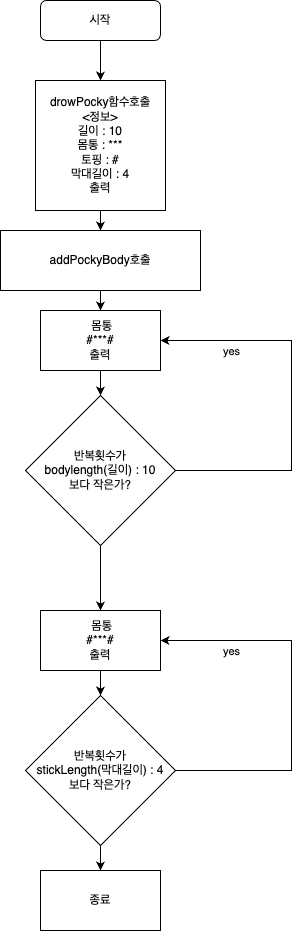
The draw.io diagram 빼뺴로순서도.png in yagom-academy/swift-starter-Round1, before a commit. Source tidied: cells renumbered, new cells last; positions are measured from the earlier drawing's top-left corner, leaving out a move shared by most shapes.
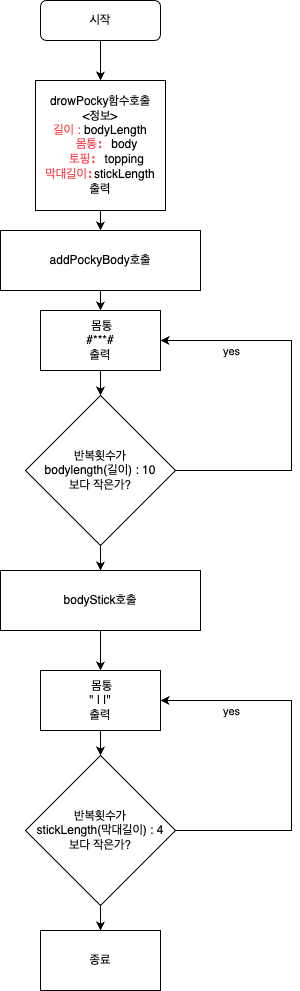
After the commit.

Commit message:
Round1[step3]-yachae

Change to the diagram source:
```diff
@@ -19,7 +19,7 @@
     <mxCell id="5" style="edgeStyle=orthogonalEdgeStyle;rounded=0;jettySize=auto;html=1;" parent="1" edge="1" source="6" target="8">
       <mxGeometry relative="1" as="geometry" />
     </mxCell>
-    <mxCell id="6" value="drowPocky함수호출&lt;br&gt;&amp;lt;정보&amp;gt;&lt;br&gt;길이 : 10&lt;br&gt;몸통 : ***&lt;br&gt;토핑 : #&lt;br&gt;막대길이 : 4&lt;br&gt;출력" style="whiteSpace=wrap;html=1;" parent="1" vertex="1">
+    <mxCell id="6" value="drowPocky함수호출&lt;br&gt;&amp;lt;정보&amp;gt;&lt;br&gt;&lt;font color=&quot;#ff3333&quot;&gt;길이 :&amp;nbsp;&lt;/font&gt;bodyLength&lt;br&gt;&lt;span class=&quot;Apple-converted-space&quot;&gt;&amp;nbsp; &amp;nbsp; &lt;/span&gt;&lt;span style=&quot;font-variant-numeric: normal; font-variant-east-asian: normal; font-variant-alternates: normal; font-kerning: auto; font-optical-sizing: auto; font-feature-settings: normal; font-variation-settings: normal; font-variant-position: normal; font-stretch: normal; line-height: normal; font-family: Menlo; color: rgb(252, 70, 81);&quot; class=&quot;s1&quot;&gt;몸통: &lt;/span&gt;body&lt;br&gt;&lt;span class=&quot;Apple-converted-space&quot;&gt;&amp;nbsp; &amp;nbsp; &lt;/span&gt;&lt;span style=&quot;font-variant-numeric: normal; font-variant-east-asian: normal; font-variant-alternates: normal; font-kerning: auto; font-optical-sizing: auto; font-feature-settings: normal; font-variation-settings: normal; font-variant-position: normal; font-stretch: normal; line-height: normal; font-family: Menlo; color: rgb(252, 70, 81);&quot; class=&quot;s1&quot;&gt;토핑:&amp;nbsp;&lt;/span&gt;topping&lt;br&gt;&lt;span style=&quot;font-variant-numeric: normal; font-variant-east-asian: normal; font-variant-alternates: normal; font-kerning: auto; font-optical-sizing: auto; font-feature-settings: normal; font-variation-settings: normal; font-variant-position: normal; font-stretch: normal; line-height: normal; font-family: Menlo; color: rgb(252, 70, 81);&quot; class=&quot;s1&quot;&gt;막대길이:&lt;/span&gt;stickLength&lt;br&gt;출력" style="whiteSpace=wrap;html=1;" parent="1" vertex="1">
       <mxGeometry x="35" y="80" width="130" height="130" as="geometry" />
     </mxCell>
     <mxCell id="7" style="edgeStyle=orthogonalEdgeStyle;rounded=0;jettySize=auto;html=1;" parent="1" edge="1" source="8" target="10">
@@ -49,7 +49,7 @@
     </mxCell>
     <mxCell id="13" style="edgeStyle=orthogonalEdgeStyle;rounded=0;jettySize=auto;html=1;exitX=0.5;exitY=1;exitDx=0;exitDy=0;" parent="1" edge="1" source="14">
       <mxGeometry relative="1" as="geometry">
-        <mxPoint x="100" y="610" as="targetPoint" />
+        <mxPoint x="100" y="570" as="targetPoint" />
         <Array as="points">
           <mxPoint x="100" y="570" />
           <mxPoint x="100" y="570" />
@@ -62,14 +62,14 @@
     <mxCell id="15" style="edgeStyle=orthogonalEdgeStyle;rounded=0;jettySize=auto;html=1;" parent="1" edge="1" source="16" target="20">
       <mxGeometry relative="1" as="geometry" />
     </mxCell>
-    <mxCell id="16" value="&amp;nbsp;몸통&lt;br&gt;#***#&lt;br&gt;출력" style="whiteSpace=wrap;html=1;" parent="1" vertex="1">
-      <mxGeometry x="40" y="610" width="120" height="60" as="geometry" />
+    <mxCell id="16" value="&amp;nbsp;몸통&lt;br&gt;&quot; | |&quot;&lt;br&gt;출력" style="whiteSpace=wrap;html=1;" parent="1" vertex="1">
+      <mxGeometry x="40" y="670" width="120" height="60" as="geometry" />
     </mxCell>
     <mxCell id="17" style="edgeStyle=orthogonalEdgeStyle;rounded=0;jettySize=auto;html=1;entryX=1;entryY=0.5;entryDx=0;entryDy=0;" parent="1" edge="1" source="20" target="16">
       <mxGeometry relative="1" as="geometry">
         <Array as="points">
-          <mxPoint x="291" y="770" />
-          <mxPoint x="291" y="640" />
+          <mxPoint x="291" y="830" />
+          <mxPoint x="291" y="700" />
         </Array>
       </mxGeometry>
     </mxCell>
@@ -82,10 +82,16 @@
       <mxGeometry relative="1" as="geometry" />
     </mxCell>
     <mxCell id="20" value="반복횟수가&lt;br&gt;stickLength(막대길이) : 4&lt;br&gt;보다 작은가?" style="rhombus;whiteSpace=wrap;html=1;" parent="1" vertex="1">
-      <mxGeometry x="25" y="695" width="150" height="150" as="geometry" />
+      <mxGeometry x="25" y="755" width="150" height="150" as="geometry" />
     </mxCell>
     <mxCell id="21" value="종료" style="whiteSpace=wrap;html=1;" parent="1" vertex="1">
-      <mxGeometry x="40" y="870" width="120" height="60" as="geometry" />
+      <mxGeometry x="40" y="930" width="120" height="60" as="geometry" />
     </mxCell>
+    <mxCell id="22" style="edgeStyle=orthogonalEdgeStyle;rounded=0;jettySize=auto;html=1;" parent="1" edge="1" source="23" target="16">
+      <mxGeometry relative="1" as="geometry" />
+    </mxCell>
+    <mxCell id="23" value="bodyStick호출" style="whiteSpace=wrap;html=1;" parent="1" vertex="1">
+      <mxGeometry y="570" width="200" height="60" as="geometry" />
+    </mxCell>
   </root>
 </mxGraphModel>
```
